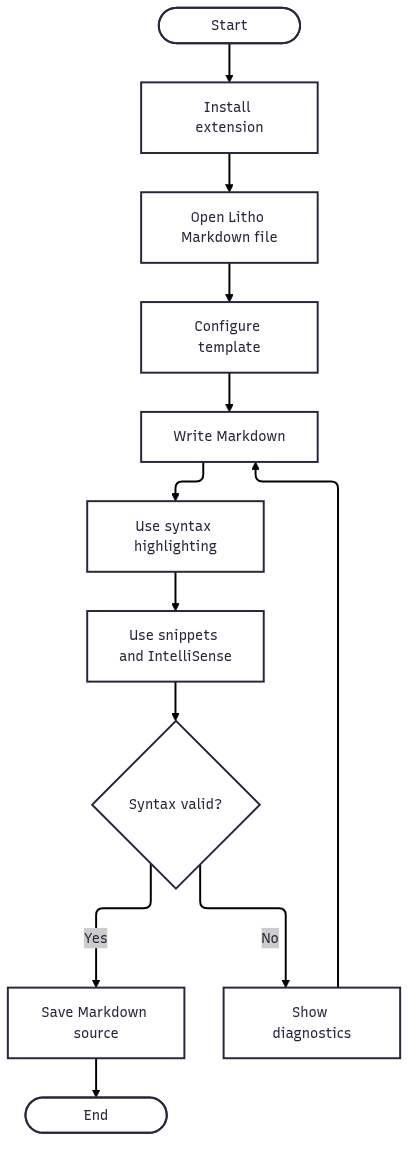
This is Figures/userflow/05-litho-extension-working.png from Litho-MD/uet-fyp-docs, a Mermaid export, as it was before one commit. Its source is kept beside it as diagrams/mmd/userflow/05-litho-extension-working.mmd.
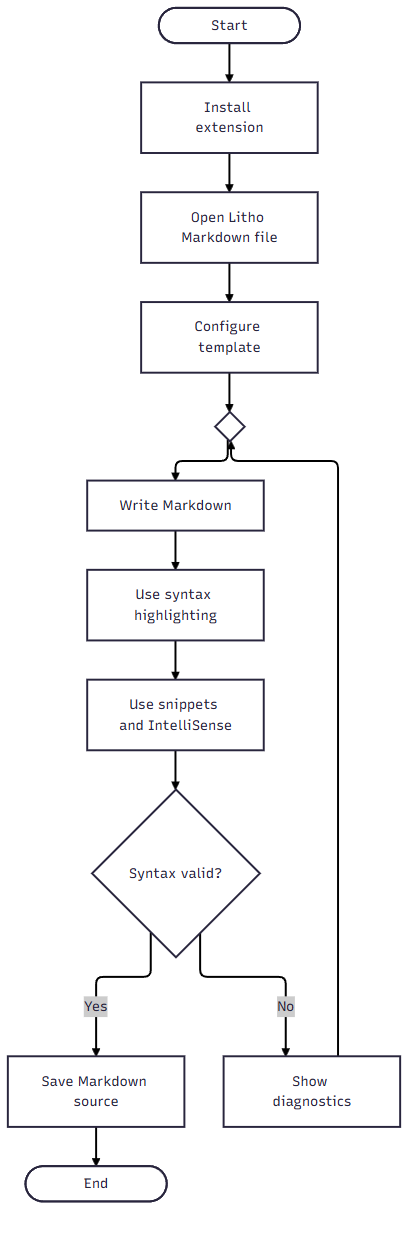
Later version of the same file.

What changed in the source:
```diff
@@ -1,20 +1,20 @@
 ---
 config:
   theme: redux
-  layout: elk
   look: classic
 ---
 flowchart TD
     A([Start]) --> B[Install extension]
     B --> C[Open Litho Markdown file]
     C --> D[Configure template]
-    D --> E[Write Markdown]
+    D --> M_edit{" "}
+    M_edit --> E[Write Markdown]
     E --> F[Use syntax highlighting]
     F --> G[Use snippets and IntelliSense]
     G --> H{Syntax valid?}
 
     H -- No --> I[Show diagnostics]
-    I --> E
+    I --> M_edit
 
     H -- Yes --> J[Save Markdown source]
     J --> K([End])
```
